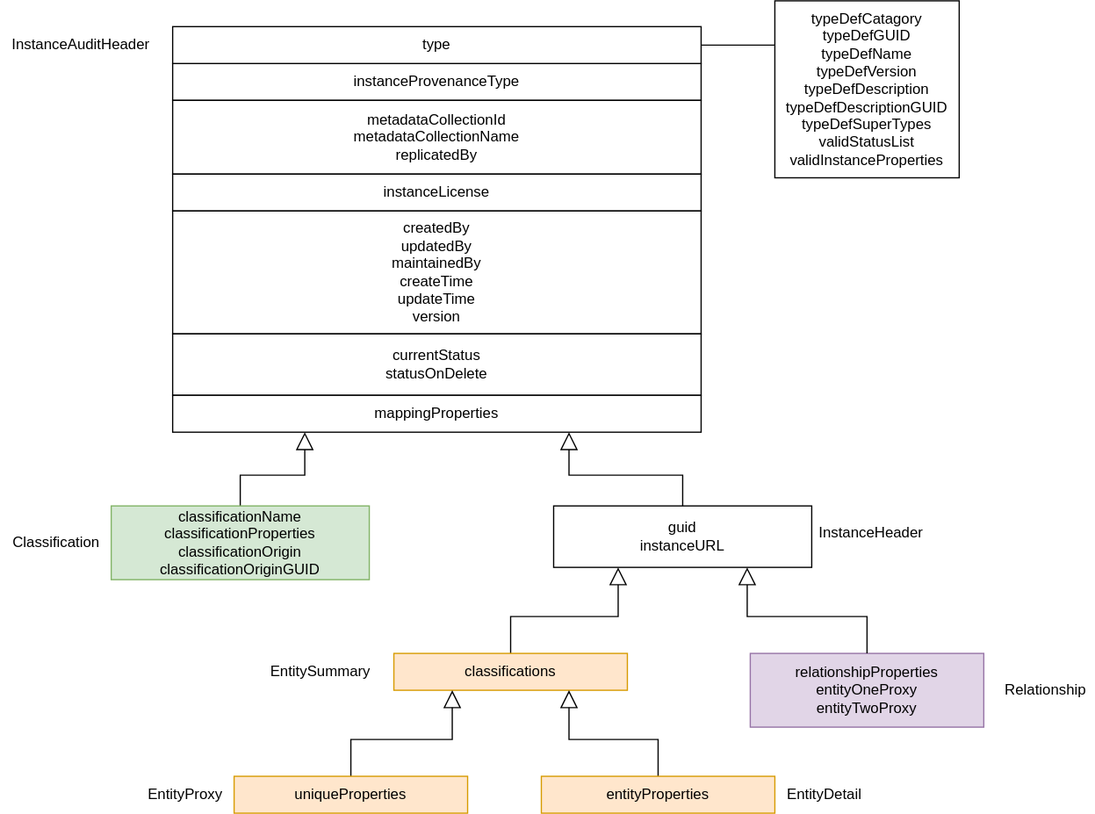
Above: site/docs/concepts/open-metadata-instances-structure.svg in odpi/egeria-docs (draw.io), before the change. Source tidied: cells renumbered, new cells last; positions are measured from the earlier drawing's top-left corner, leaving out a move shared by most shapes.
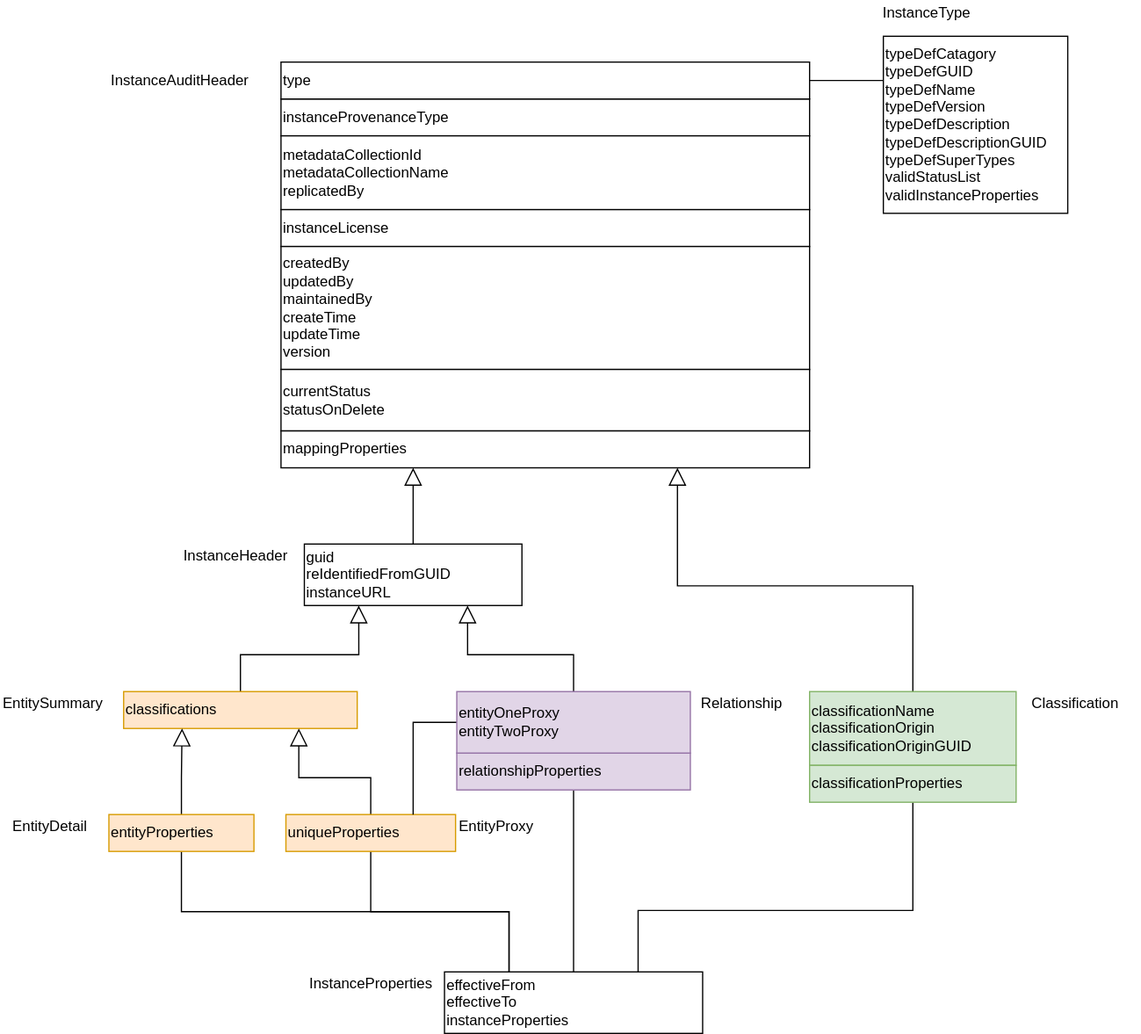
The same diagram one commit later.

What changed in the source:
```diff
@@ -2,89 +2,124 @@
   <root>
     <mxCell id="0" />
     <mxCell id="1" parent="0" />
-    <mxCell id="2" value="instanceProvenanceType" style="rounded=0;whiteSpace=wrap;html=1;" parent="1" vertex="1">
+    <mxCell id="2" value="instanceProvenanceType" style="rounded=0;whiteSpace=wrap;html=1;align=left;" parent="1" vertex="1">
       <mxGeometry x="140" y="51" width="430" height="30" as="geometry" />
     </mxCell>
-    <mxCell id="3" value="metadataCollectionId&lt;br&gt;metadataCollectionName&lt;br&gt;replicatedBy" style="rounded=0;whiteSpace=wrap;html=1;" parent="1" vertex="1">
+    <mxCell id="3" value="metadataCollectionId&lt;br&gt;metadataCollectionName&lt;br&gt;replicatedBy" style="rounded=0;whiteSpace=wrap;html=1;align=left;" parent="1" vertex="1">
       <mxGeometry x="140" y="81" width="430" height="60" as="geometry" />
     </mxCell>
-    <mxCell id="4" value="instanceLicense" style="rounded=0;whiteSpace=wrap;html=1;" parent="1" vertex="1">
+    <mxCell id="4" value="instanceLicense" style="rounded=0;whiteSpace=wrap;html=1;align=left;" parent="1" vertex="1">
       <mxGeometry x="140" y="141" width="430" height="30" as="geometry" />
     </mxCell>
-    <mxCell id="5" value="createdBy&lt;br&gt;updatedBy&lt;br&gt;maintainedBy&lt;br&gt;createTime&lt;br&gt;updateTime&lt;br&gt;version" style="rounded=0;whiteSpace=wrap;html=1;" parent="1" vertex="1">
+    <mxCell id="5" value="createdBy&lt;br&gt;updatedBy&lt;br&gt;maintainedBy&lt;br&gt;createTime&lt;br&gt;updateTime&lt;br&gt;version" style="rounded=0;whiteSpace=wrap;html=1;align=left;" parent="1" vertex="1">
       <mxGeometry x="140" y="171" width="430" height="100" as="geometry" />
     </mxCell>
-    <mxCell id="6" value="currentStatus&lt;br&gt;statusOnDelete" style="rounded=0;whiteSpace=wrap;html=1;" parent="1" vertex="1">
+    <mxCell id="6" value="currentStatus&lt;br&gt;statusOnDelete" style="rounded=0;whiteSpace=wrap;html=1;align=left;" parent="1" vertex="1">
       <mxGeometry x="140" y="271" width="430" height="50" as="geometry" />
     </mxCell>
-    <mxCell id="7" value="mappingProperties" style="rounded=0;whiteSpace=wrap;html=1;" parent="1" vertex="1">
+    <mxCell id="7" value="mappingProperties" style="rounded=0;whiteSpace=wrap;html=1;align=left;" parent="1" vertex="1">
       <mxGeometry x="140" y="321" width="430" height="30" as="geometry" />
     </mxCell>
-    <mxCell id="8" style="edgeStyle=orthogonalEdgeStyle;rounded=0;jettySize=auto;html=1;exitX=0.5;exitY=0;exitDx=0;exitDy=0;entryX=0.25;entryY=1;entryDx=0;entryDy=0;endArrow=block;endFill=0;strokeWidth=1;endSize=12;" parent="1" edge="1" source="9" target="7">
+    <mxCell id="8" style="edgeStyle=orthogonalEdgeStyle;rounded=0;jettySize=auto;html=1;exitX=0.5;exitY=0;exitDx=0;exitDy=0;entryX=0.75;entryY=1;entryDx=0;entryDy=0;endArrow=block;endFill=0;strokeWidth=1;endSize=12;align=left;" parent="1" edge="1" source="9" target="7">
       <mxGeometry relative="1" as="geometry" />
     </mxCell>
-    <mxCell id="9" value="classificationName&lt;br&gt;classificationProperties&lt;br&gt;classificationOrigin&lt;br&gt;classificationOriginGUID" style="rounded=0;whiteSpace=wrap;html=1;fillColor=#d5e8d4;strokeColor=#82b366;" parent="1" vertex="1">
-      <mxGeometry x="90" y="411" width="210" height="60" as="geometry" />
+    <mxCell id="9" value="classificationName&lt;br&gt;classificationOrigin&lt;br&gt;classificationOriginGUID" style="rounded=0;whiteSpace=wrap;html=1;fillColor=#d5e8d4;strokeColor=#82b366;align=left;" parent="1" vertex="1">
+      <mxGeometry x="570" y="533" width="168" height="60" as="geometry" />
     </mxCell>
-    <mxCell id="10" style="edgeStyle=orthogonalEdgeStyle;rounded=0;jettySize=auto;html=1;exitX=0.5;exitY=0;exitDx=0;exitDy=0;entryX=0.75;entryY=1;entryDx=0;entryDy=0;endArrow=block;endFill=0;endSize=12;strokeWidth=1;" parent="1" edge="1" source="11" target="7">
+    <mxCell id="10" style="edgeStyle=orthogonalEdgeStyle;rounded=0;jettySize=auto;html=1;exitX=0.5;exitY=0;exitDx=0;exitDy=0;entryX=0.25;entryY=1;entryDx=0;entryDy=0;endArrow=block;endFill=0;endSize=12;strokeWidth=1;align=left;" parent="1" edge="1" source="11" target="7">
       <mxGeometry relative="1" as="geometry" />
     </mxCell>
-    <mxCell id="11" value="guid&lt;br&gt;instanceURL" style="rounded=0;whiteSpace=wrap;html=1;" parent="1" vertex="1">
-      <mxGeometry x="450" y="411" width="210" height="50" as="geometry" />
+    <mxCell id="11" value="guid&lt;br&gt;reIdentifiedFromGUID&lt;br&gt;instanceURL" style="rounded=0;whiteSpace=wrap;html=1;align=left;" parent="1" vertex="1">
+      <mxGeometry x="159" y="413" width="177" height="50" as="geometry" />
     </mxCell>
-    <mxCell id="12" style="edgeStyle=orthogonalEdgeStyle;rounded=0;jettySize=auto;html=1;exitX=0.5;exitY=0;exitDx=0;exitDy=0;entryX=0.25;entryY=1;entryDx=0;entryDy=0;endArrow=block;endFill=0;endSize=12;strokeWidth=1;" parent="1" edge="1" source="13" target="11">
+    <mxCell id="12" style="edgeStyle=orthogonalEdgeStyle;rounded=0;jettySize=auto;html=1;exitX=0.5;exitY=0;exitDx=0;exitDy=0;entryX=0.25;entryY=1;entryDx=0;entryDy=0;endArrow=block;endFill=0;endSize=12;strokeWidth=1;align=left;" parent="1" edge="1" source="13" target="11">
       <mxGeometry relative="1" as="geometry" />
     </mxCell>
-    <mxCell id="13" value="classifications" style="rounded=0;whiteSpace=wrap;html=1;fillColor=#ffe6cc;strokeColor=#d79b00;" parent="1" vertex="1">
-      <mxGeometry x="320" y="531" width="190" height="30" as="geometry" />
+    <mxCell id="13" value="classifications" style="rounded=0;whiteSpace=wrap;html=1;fillColor=#ffe6cc;strokeColor=#d79b00;align=left;" parent="1" vertex="1">
+      <mxGeometry x="12" y="533" width="190" height="30" as="geometry" />
     </mxCell>
-    <mxCell id="14" style="edgeStyle=orthogonalEdgeStyle;rounded=0;jettySize=auto;html=1;exitX=0.5;exitY=0;exitDx=0;exitDy=0;entryX=0.25;entryY=1;entryDx=0;entryDy=0;endArrow=block;endFill=0;endSize=12;strokeWidth=1;" parent="1" edge="1" source="15" target="13">
+    <mxCell id="14" style="edgeStyle=orthogonalEdgeStyle;rounded=0;jettySize=auto;html=1;exitX=0.5;exitY=0;exitDx=0;exitDy=0;entryX=0.75;entryY=1;entryDx=0;entryDy=0;endArrow=block;endFill=0;endSize=12;strokeWidth=1;align=left;" parent="1" edge="1" source="16" target="13">
       <mxGeometry relative="1" as="geometry" />
     </mxCell>
-    <mxCell id="15" value="uniqueProperties" style="rounded=0;whiteSpace=wrap;html=1;fillColor=#ffe6cc;strokeColor=#d79b00;" parent="1" vertex="1">
-      <mxGeometry x="190" y="631" width="190" height="30" as="geometry" />
+    <mxCell id="15" style="edgeStyle=orthogonalEdgeStyle;rounded=0;jettySize=auto;html=1;exitX=0.5;exitY=1;exitDx=0;exitDy=0;endArrow=none;endFill=0;entryX=0.25;entryY=0;entryDx=0;entryDy=0;" parent="1" edge="1" source="16" target="34">
+      <mxGeometry relative="1" as="geometry" />
     </mxCell>
-    <mxCell id="16" style="edgeStyle=orthogonalEdgeStyle;rounded=0;jettySize=auto;html=1;exitX=0.5;exitY=0;exitDx=0;exitDy=0;entryX=0.75;entryY=1;entryDx=0;entryDy=0;endArrow=block;endFill=0;endSize=12;strokeWidth=1;" parent="1" edge="1" source="17" target="13">
-      <mxGeometry relative="1" as="geometry" />
+    <mxCell id="16" value="uniqueProperties" style="rounded=0;whiteSpace=wrap;html=1;fillColor=#ffe6cc;strokeColor=#d79b00;align=left;" parent="1" vertex="1">
+      <mxGeometry x="144" y="633" width="138" height="30" as="geometry" />
     </mxCell>
-    <mxCell id="17" value="entityProperties" style="rounded=0;whiteSpace=wrap;html=1;fillColor=#ffe6cc;strokeColor=#d79b00;" parent="1" vertex="1">
-      <mxGeometry x="440" y="631" width="190" height="30" as="geometry" />
+    <mxCell id="17" style="edgeStyle=orthogonalEdgeStyle;rounded=0;jettySize=auto;html=1;exitX=0.5;exitY=0;exitDx=0;exitDy=0;entryX=0.25;entryY=1;entryDx=0;entryDy=0;endArrow=block;endFill=0;endSize=12;strokeWidth=1;align=left;" parent="1" edge="1" source="19" target="13">
+      <mxGeometry relative="1" as="geometry" />
     </mxCell>
-    <mxCell id="18" style="edgeStyle=orthogonalEdgeStyle;rounded=0;jettySize=auto;html=1;exitX=1;exitY=0.5;exitDx=0;exitDy=0;entryX=0;entryY=0.25;entryDx=0;entryDy=0;endArrow=none;endFill=0;endSize=12;strokeWidth=1;" parent="1" edge="1" source="19" target="20">
+    <mxCell id="18" style="edgeStyle=orthogonalEdgeStyle;rounded=0;jettySize=auto;html=1;exitX=0.5;exitY=1;exitDx=0;exitDy=0;endArrow=none;endFill=0;entryX=0.25;entryY=0;entryDx=0;entryDy=0;" parent="1" edge="1" source="19" target="34">
       <mxGeometry relative="1" as="geometry" />
     </mxCell>
-    <mxCell id="19" value="type" style="rounded=0;whiteSpace=wrap;html=1;" parent="1" vertex="1">
-      <mxGeometry x="140" y="21" width="430" height="30" as="geometry" />
+    <mxCell id="19" value="entityProperties" style="rounded=0;whiteSpace=wrap;html=1;fillColor=#ffe6cc;strokeColor=#d79b00;align=left;" parent="1" vertex="1">
+      <mxGeometry y="633" width="118" height="30" as="geometry" />
     </mxCell>
-    <mxCell id="20" value="typeDefCatagory&lt;br&gt;typeDefGUID&lt;br&gt;typeDefName&lt;br&gt;typeDefVersion&lt;br&gt;typeDefDescription&lt;br&gt;typeDefDescriptionGUID&lt;br&gt;typeDefSuperTypes&lt;br&gt;validStatusList&lt;br&gt;validInstanceProperties" style="rounded=0;whiteSpace=wrap;html=1;" parent="1" vertex="1">
-      <mxGeometry x="630" width="150" height="144" as="geometry" />
+    <mxCell id="20" style="edgeStyle=orthogonalEdgeStyle;rounded=0;jettySize=auto;html=1;exitX=1;exitY=0.5;exitDx=0;exitDy=0;entryX=0;entryY=0.25;entryDx=0;entryDy=0;endArrow=none;endFill=0;endSize=12;strokeWidth=1;align=left;" parent="1" edge="1" source="21" target="22">
+      <mxGeometry relative="1" as="geometry" />
     </mxCell>
-    <mxCell id="21" value="relationshipProperties&lt;br&gt;entityOneProxy&lt;br&gt;entityTwoProxy" style="rounded=0;whiteSpace=wrap;html=1;fillColor=#e1d5e7;strokeColor=#9673a6;" parent="1" vertex="1">
-      <mxGeometry x="610" y="531" width="190" height="60" as="geometry" />
+    <mxCell id="21" value="type" style="rounded=0;whiteSpace=wrap;html=1;align=left;" parent="1" vertex="1">
+      <mxGeometry x="140" y="21" width="430" height="30" as="geometry" />
     </mxCell>
-    <mxCell id="22" style="edgeStyle=orthogonalEdgeStyle;rounded=0;jettySize=auto;html=1;entryX=0.75;entryY=1;entryDx=0;entryDy=0;endArrow=block;endFill=0;endSize=12;strokeWidth=1;" parent="1" edge="1" source="21" target="11">
-      <mxGeometry relative="1" as="geometry" />
+    <mxCell id="22" value="typeDefCatagory&lt;br&gt;typeDefGUID&lt;br&gt;typeDefName&lt;br&gt;typeDefVersion&lt;br&gt;typeDefDescription&lt;br&gt;typeDefDescriptionGUID&lt;br&gt;typeDefSuperTypes&lt;br&gt;validStatusList&lt;br&gt;validInstanceProperties" style="rounded=0;whiteSpace=wrap;html=1;align=left;" parent="1" vertex="1">
+      <mxGeometry x="630" width="150" height="144" as="geometry" />
     </mxCell>
-    <mxCell id="23" value="EntitySummary" style="text;html=1;align=center;verticalAlign=middle;" parent="1" vertex="1">
-      <mxGeometry x="210" y="536" width="100" height="20" as="geometry" />
+    <mxCell id="23" style="edgeStyle=orthogonalEdgeStyle;rounded=0;jettySize=auto;html=1;exitX=0.5;exitY=1;exitDx=0;exitDy=0;endArrow=none;endFill=0;" parent="1" edge="1" source="24" target="34">
+      <mxGeometry relative="1" as="geometry" />
     </mxCell>
-    <mxCell id="24" value="EntityProxy" style="text;html=1;align=center;verticalAlign=middle;points=[];" parent="1" vertex="1">
-      <mxGeometry x="110" y="636" width="80" height="20" as="geometry" />
+    <mxCell id="24" value="relationshipProperties" style="rounded=0;whiteSpace=wrap;html=1;fillColor=#e1d5e7;strokeColor=#9673a6;align=left;" parent="1" vertex="1">
+      <mxGeometry x="283" y="583" width="190" height="30" as="geometry" />
     </mxCell>
-    <mxCell id="25" value="EntityDetail" style="text;html=1;align=center;verticalAlign=middle;" parent="1" vertex="1">
-      <mxGeometry x="630" y="636" width="80" height="20" as="geometry" />
+    <mxCell id="25" style="edgeStyle=orthogonalEdgeStyle;rounded=0;jettySize=auto;html=1;entryX=0.75;entryY=1;entryDx=0;entryDy=0;endArrow=block;endFill=0;endSize=12;strokeWidth=1;align=left;" parent="1" edge="1" source="37" target="11">
+      <mxGeometry relative="1" as="geometry" />
     </mxCell>
-    <mxCell id="26" value="Relationship" style="text;html=1;align=center;verticalAlign=middle;" parent="1" vertex="1">
-      <mxGeometry x="810" y="551" width="80" height="20" as="geometry" />
+    <mxCell id="26" value="EntitySummary" style="text;html=1;align=left;verticalAlign=middle;" parent="1" vertex="1">
+      <mxGeometry x="-88" y="533" width="100" height="20" as="geometry" />
     </mxCell>
-    <mxCell id="27" value="InstanceAuditHeader" style="text;html=1;align=center;verticalAlign=middle;" parent="1" vertex="1">
-      <mxGeometry y="26" width="130" height="20" as="geometry" />
+    <mxCell id="27" value="EntityProxy" style="text;html=1;align=left;verticalAlign=middle;" parent="1" vertex="1">
+      <mxGeometry x="283" y="633" width="80" height="20" as="geometry" />
     </mxCell>
-    <mxCell id="28" value="Classification" style="text;html=1;align=center;verticalAlign=middle;" parent="1" vertex="1">
-      <mxGeometry y="431" width="90" height="20" as="geometry" />
+    <mxCell id="28" value="EntityDetail" style="text;html=1;align=left;verticalAlign=middle;" parent="1" vertex="1">
+      <mxGeometry x="-80" y="633" width="80" height="20" as="geometry" />
     </mxCell>
-    <mxCell id="29" value="InstanceHeader" style="text;html=1;align=center;verticalAlign=middle;" parent="1" vertex="1">
-      <mxGeometry x="658" y="423" width="100" height="20" as="geometry" />
+    <mxCell id="29" value="Relationship" style="text;html=1;align=left;verticalAlign=middle;" parent="1" vertex="1">
+      <mxGeometry x="480" y="533" width="80" height="20" as="geometry" />
     </mxCell>
+    <mxCell id="30" value="InstanceAuditHeader" style="text;html=1;align=left;verticalAlign=middle;" parent="1" vertex="1">
+      <mxGeometry y="26" width="130" height="20" as="geometry" />
+    </mxCell>
+    <mxCell id="31" value="Classification" style="text;html=1;align=left;verticalAlign=middle;" parent="1" vertex="1">
+      <mxGeometry x="749" y="533" width="90" height="20" as="geometry" />
+    </mxCell>
+    <mxCell id="32" value="InstanceHeader" style="text;html=1;align=left;verticalAlign=middle;" parent="1" vertex="1">
+      <mxGeometry x="59" y="413" width="100" height="20" as="geometry" />
+    </mxCell>
+    <mxCell id="33" value="InstanceType" style="text;html=1;align=center;verticalAlign=middle;strokeColor=none;fillColor=none;" parent="1" vertex="1">
+      <mxGeometry x="620" y="-29" width="90" height="20" as="geometry" />
+    </mxCell>
+    <mxCell id="34" value="effectiveFrom&lt;br&gt;effectiveTo&lt;br&gt;instanceProperties" style="rounded=0;whiteSpace=wrap;html=1;align=left;" parent="1" vertex="1">
+      <mxGeometry x="273" y="761" width="210" height="50" as="geometry" />
+    </mxCell>
+    <mxCell id="35" value="InstanceProperties" style="text;html=1;align=center;verticalAlign=middle;strokeColor=none;fillColor=none;" parent="1" vertex="1">
+      <mxGeometry x="153" y="761" width="120" height="20" as="geometry" />
+    </mxCell>
+    <mxCell id="36" style="edgeStyle=orthogonalEdgeStyle;rounded=0;jettySize=auto;html=1;exitX=0;exitY=0.5;exitDx=0;exitDy=0;entryX=0.75;entryY=0;entryDx=0;entryDy=0;endArrow=none;endFill=0;" parent="1" edge="1" source="37" target="16">
+      <mxGeometry relative="1" as="geometry" />
+    </mxCell>
+    <mxCell id="37" value="entityOneProxy&lt;br&gt;entityTwoProxy" style="rounded=0;whiteSpace=wrap;html=1;fillColor=#e1d5e7;strokeColor=#9673a6;align=left;" parent="1" vertex="1">
+      <mxGeometry x="283" y="533" width="190" height="50" as="geometry" />
+    </mxCell>
+    <mxCell id="38" style="edgeStyle=orthogonalEdgeStyle;rounded=0;jettySize=auto;html=1;exitX=0.5;exitY=1;exitDx=0;exitDy=0;endArrow=none;endFill=0;entryX=0.75;entryY=0;entryDx=0;entryDy=0;" parent="1" edge="1" source="39" target="34">
+      <mxGeometry relative="1" as="geometry">
+        <Array as="points">
+          <mxPoint x="654" y="711" />
+          <mxPoint x="431" y="711" />
+        </Array>
+      </mxGeometry>
+    </mxCell>
+    <mxCell id="39" value="classificationProperties" style="rounded=0;whiteSpace=wrap;html=1;fillColor=#d5e8d4;strokeColor=#82b366;align=left;" parent="1" vertex="1">
+      <mxGeometry x="570" y="593" width="168" height="30" as="geometry" />
+    </mxCell>
   </root>
 </mxGraphModel>
```
